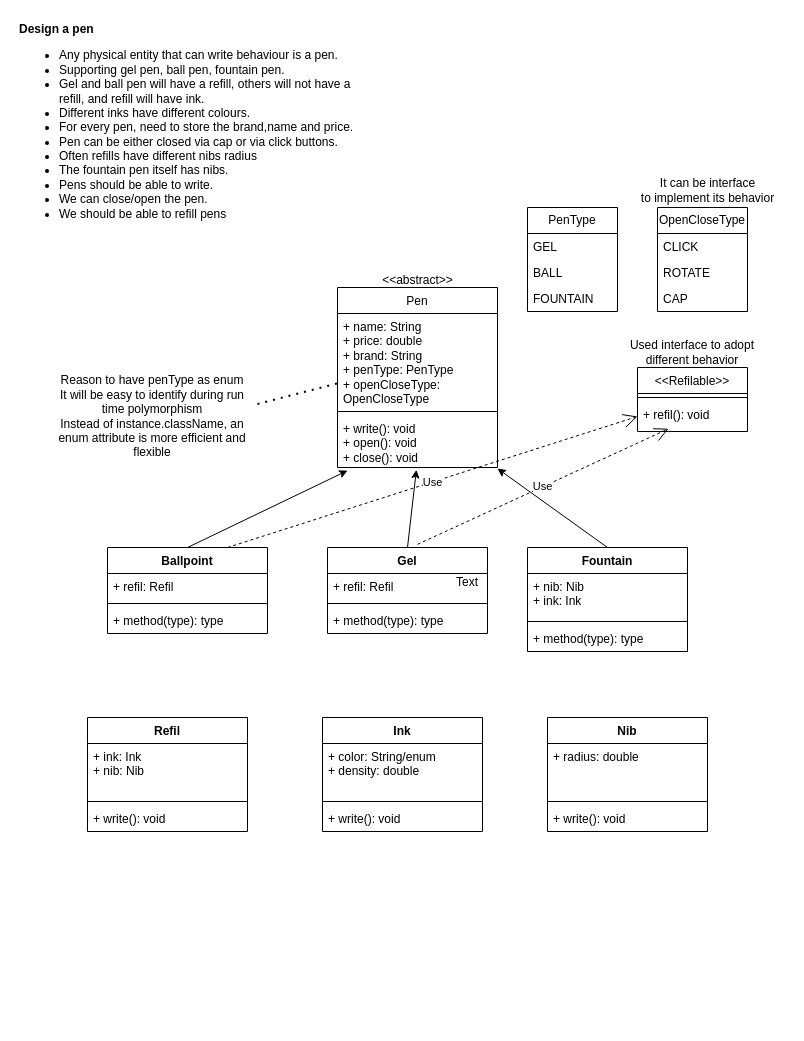
Above: Pen Class diagram.drawio in rajarajankamban/LLD-Practice (draw.io), before the change. Source tidied: cells renumbered, new cells numbered last; positions are measured from the earlier drawing's top-left corner, leaving out a move shared by most shapes. Both pictures are drawn from the tidied source at 100%, with x=0, y=0 at pixel (17, 17).
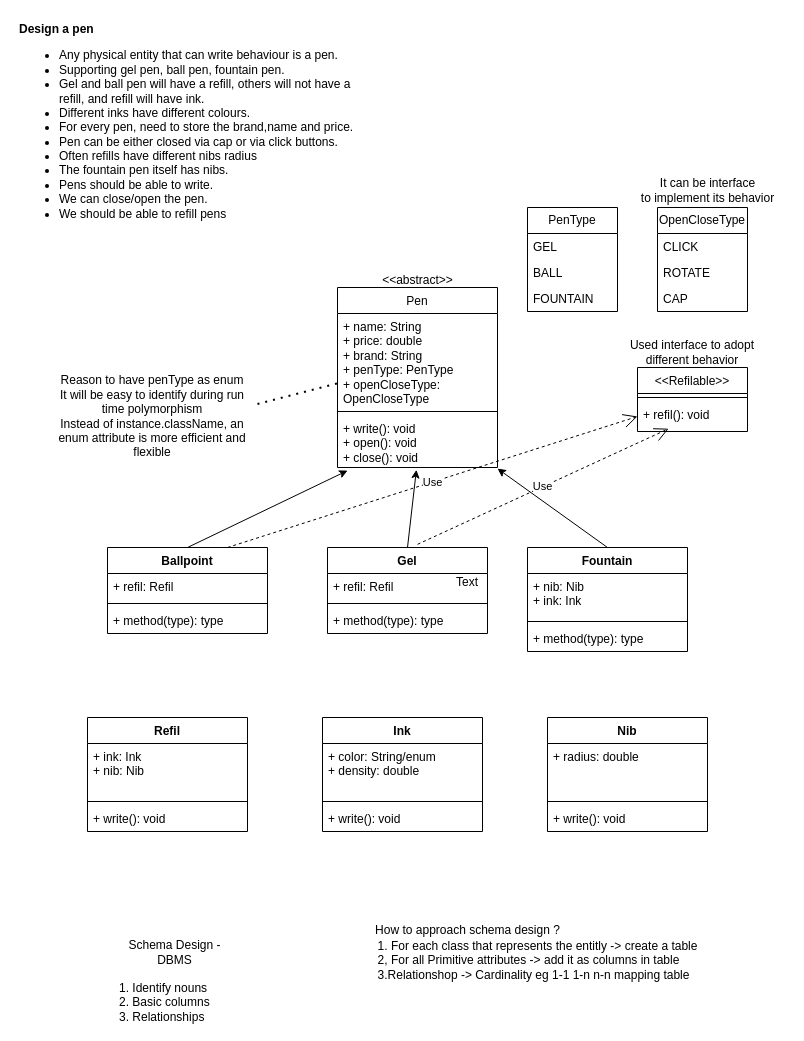
After the change.

Commit message:
Updated pen class diagram

What changed in the source:
```diff
@@
+    <mxCell id="53" value="Schema Design - DBMS" style="text;html=1;align=center;verticalAlign=middle;whiteSpace=wrap;rounded=0;" parent="1" vertex="1">
+      <mxGeometry x="105" y="920" width="105" height="30" as="geometry" />
+    </mxCell>
+    <mxCell id="54" value="1. Identify nouns&lt;div&gt;2. Basic columns&lt;/div&gt;&lt;div&gt;3. Relationships&lt;/div&gt;" style="text;html=1;align=left;verticalAlign=middle;whiteSpace=wrap;rounded=0;" parent="1" vertex="1">
+      <mxGeometry x="100" y="970" width="100" height="30" as="geometry" />
+    </mxCell>
+    <mxCell id="55" value="How to approach schema design ?" style="text;html=1;align=center;verticalAlign=middle;strokeColor=none;fillColor=none;" parent="1" vertex="1">
+      <mxGeometry x="345" y="898" width="210" height="30" as="geometry" />
+    </mxCell>
+    <mxCell id="56" value="1. For each class that represents the entitly -&amp;gt; create a table&lt;br&gt;&lt;div style=&quot;text-align: left;&quot;&gt;&lt;span style=&quot;background-color: transparent; color: light-dark(rgb(0, 0, 0), rgb(255, 255, 255));&quot;&gt;2, For all Primitive attributes -&amp;gt; add it as columns in table&lt;/span&gt;&lt;/div&gt;&lt;div style=&quot;text-align: left;&quot;&gt;&lt;span style=&quot;background-color: transparent; color: light-dark(rgb(0, 0, 0), rgb(255, 255, 255));&quot;&gt;3.Relationshop -&amp;gt; Cardinality eg 1-1 1-n n-n mapping table&lt;/span&gt;&lt;/div&gt;" style="text;html=1;align=center;verticalAlign=middle;strokeColor=none;fillColor=none;" parent="1" vertex="1">
+      <mxGeometry x="350" y="913" width="340" height="60" as="geometry" />
+    </mxCell>
```
